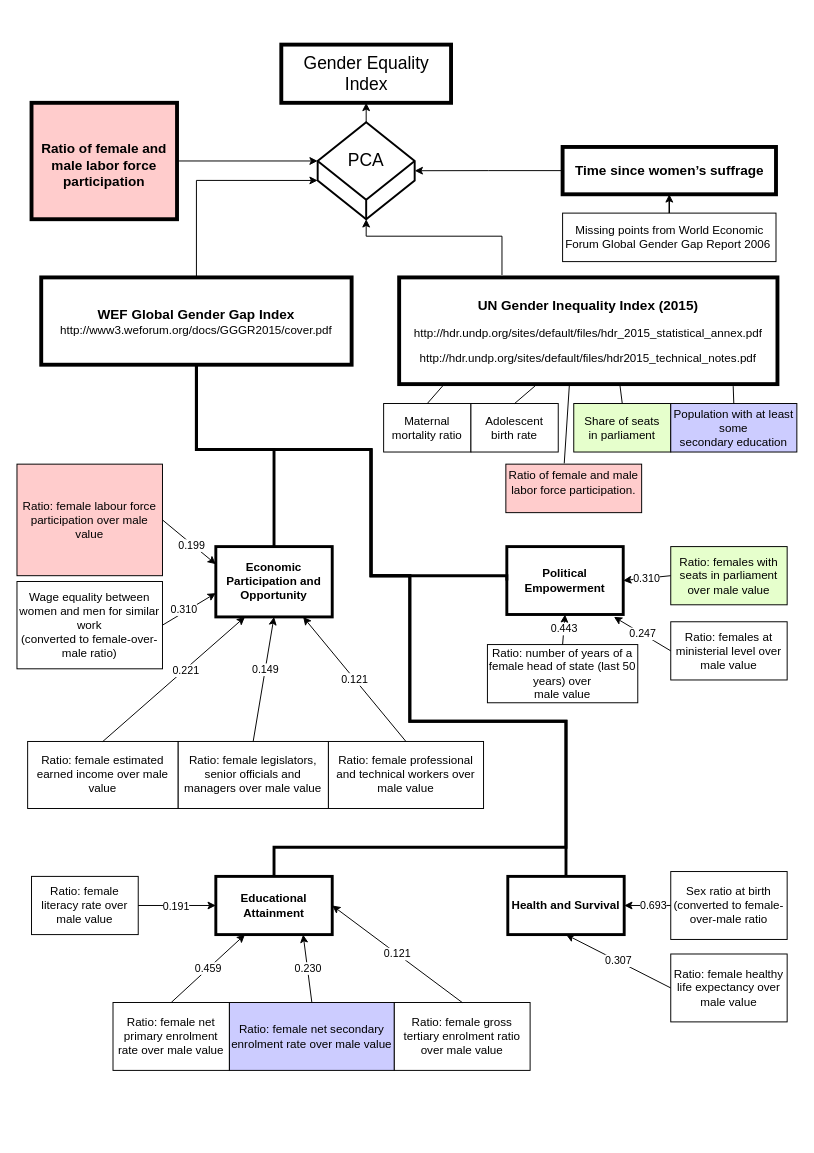
This is Article/figures/GenderEqualityIndex.drawio.xml from scerioli/Global-Preferences-Survey, a draw.io file, before an edit. Source tidied: cells renumbered, new cells numbered last; positions are measured from the earlier drawing's top-left corner, leaving out a move shared by most shapes. Both pictures are drawn from the tidied source at 97%, with x=0, y=0 at pixel (16, 44).
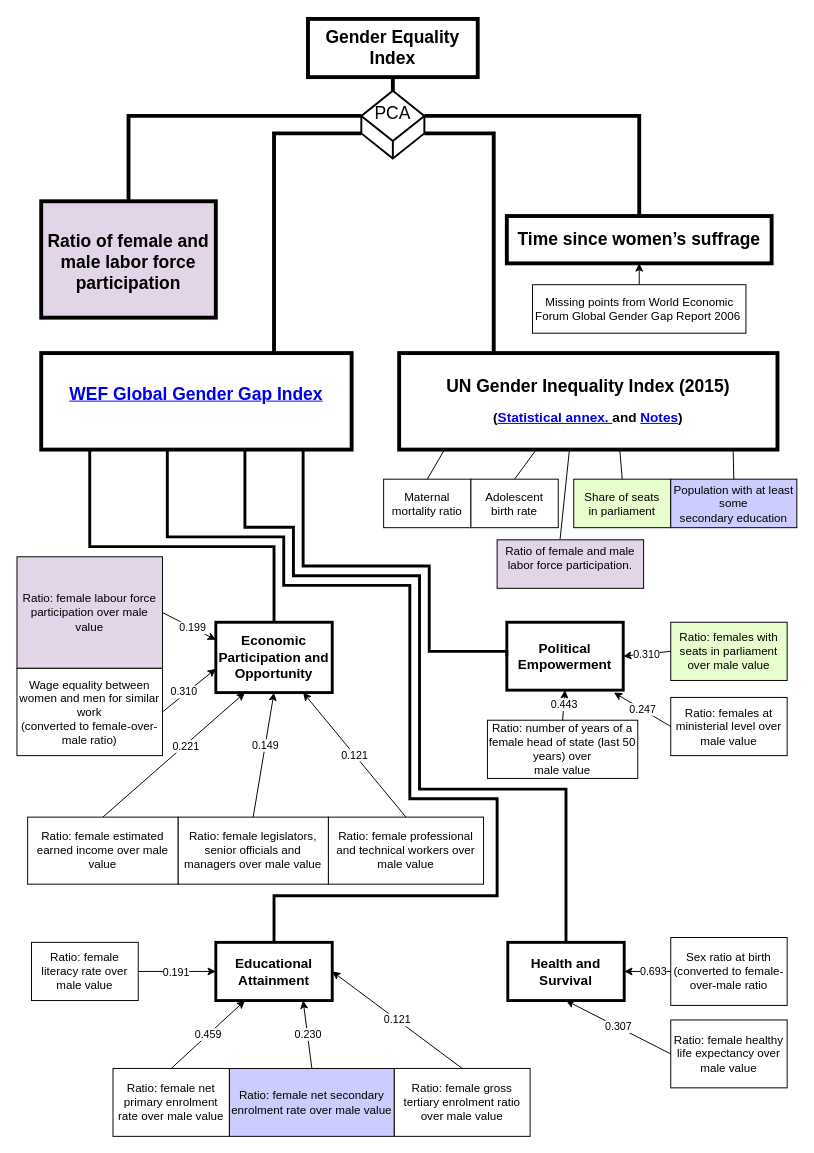
Above is the later version.

Diff of the diagram source:
```diff
@@
-    <mxCell id="2" value="&lt;font style=&quot;font-size: 18px&quot;&gt;Gender Equality Index&lt;/font&gt;" style="rounded=0;whiteSpace=wrap;html=1;strokeWidth=4;" parent="1" vertex="1">
-      <mxGeometry x="272.5" y="0.5" width="175" height="60" as="geometry" />
+    <mxCell id="2" value="&lt;font style=&quot;font-size: 18px&quot;&gt;&lt;b&gt;Gender Equality Index&lt;/b&gt;&lt;/font&gt;" style="rounded=0;whiteSpace=wrap;html=1;strokeWidth=4;" parent="1" vertex="1">
+      <mxGeometry x="300" y="-26" width="175" height="60" as="geometry" />
     </mxCell>
-    <mxCell id="3" value="&lt;p&gt;&lt;font style=&quot;font-size: 14px&quot;&gt;&lt;b&gt;Time since women’s suffrage&lt;/b&gt;&lt;/font&gt;&lt;/p&gt;" style="rounded=0;whiteSpace=wrap;html=1;strokeWidth=4;" parent="1" vertex="1">
-      <mxGeometry x="562.5" y="106" width="220" height="48.8" as="geometry" />
+    <mxCell id="3" value="&lt;p&gt;&lt;font style=&quot;font-size: 18px&quot;&gt;&lt;b&gt;Time since women’s suffrage&lt;/b&gt;&lt;/font&gt;&lt;/p&gt;" style="rounded=0;whiteSpace=wrap;html=1;strokeWidth=4;" parent="1" vertex="1">
+      <mxGeometry x="505" y="177.2" width="273" height="48.8" as="geometry" />
     </mxCell>
-    <mxCell id="4" style="edgeStyle=orthogonalEdgeStyle;rounded=0;jettySize=auto;html=1;exitX=0;exitY=0.5;exitDx=0;exitDy=0;entryX=1;entryY=0.5;entryDx=0;entryDy=0;entryPerimeter=0;" parent="1" edge="1" source="3" target="62">
-      <mxGeometry relative="1" as="geometry" />
-    </mxCell>
-    <mxCell id="5" value="&lt;p&gt;&lt;b&gt;&lt;font style=&quot;font-size: 14px&quot;&gt;UN&amp;nbsp;Gender&amp;nbsp;Inequality Index (2015)&lt;/font&gt;&lt;/b&gt;&lt;/p&gt;&lt;p&gt;http://hdr.undp.org/sites/default/files/hdr_2015_statistical_annex.pdf&lt;/p&gt;&lt;p&gt;http://hdr.undp.org/sites/default/files/hdr2015_technical_notes.pdf&lt;br&gt;&lt;/p&gt;" style="rounded=0;whiteSpace=wrap;html=1;strokeWidth=4;" parent="1" vertex="1">
-      <mxGeometry x="394" y="240.5" width="390" height="110" as="geometry" />
+    <mxCell id="5" value="&lt;p&gt;&lt;b&gt;&lt;font style=&quot;font-size: 18px&quot;&gt;UN&amp;nbsp;Gender&amp;nbsp;Inequality Index (2015)&lt;/font&gt;&lt;/b&gt;&lt;/p&gt;&lt;p&gt;&lt;b&gt;&lt;font style=&quot;font-size: 14px&quot;&gt;(&lt;a href=&quot;http://hdr.undp.org/sites/default/files/hdr_2015_statistical_annex.pdf&quot;&gt;Statistical annex. &lt;/a&gt;and &lt;a href=&quot;http://hdr.undp.org/sites/default/files/hdr2015_technical_notes.pdf&quot;&gt;Notes&lt;/a&gt;)&lt;/font&gt;&lt;/b&gt;&lt;/p&gt;" style="rounded=0;whiteSpace=wrap;html=1;strokeWidth=4;" parent="1" vertex="1">
+      <mxGeometry x="394" y="318.5" width="390" height="99.5" as="geometry" />
     </mxCell>
-    <mxCell id="6" style="edgeStyle=orthogonalEdgeStyle;rounded=0;jettySize=auto;html=1;exitX=0.5;exitY=0;exitDx=0;exitDy=0;entryX=0;entryY=0;entryDx=0;entryDy=60.04333878357262;entryPerimeter=0;" parent="1" edge="1" source="8" target="62">
-      <mxGeometry relative="1" as="geometry" />
-    </mxCell>
-    <mxCell id="7" style="edgeStyle=orthogonalEdgeStyle;rounded=0;jettySize=auto;html=1;exitX=0.5;exitY=1;exitDx=0;exitDy=0;entryX=0.5;entryY=0;entryDx=0;entryDy=0;fontSize=14;startArrow=none;startFill=0;endArrow=none;endFill=0;strokeWidth=3;" parent="1" edge="1" source="8" target="13">
+    <mxCell id="7" style="edgeStyle=orthogonalEdgeStyle;rounded=0;jettySize=auto;html=1;exitX=0.163;exitY=1.01;exitDx=0;exitDy=0;entryX=0.5;entryY=0;entryDx=0;entryDy=0;fontSize=14;startArrow=none;startFill=0;endArrow=none;endFill=0;strokeWidth=3;exitPerimeter=0;" parent="1" edge="1" source="8" target="13">
       <mxGeometry relative="1" as="geometry">
         <Array as="points">
-          <mxPoint x="185" y="418" />
-          <mxPoint x="265" y="418" />
+          <mxPoint x="75" y="418" />
+          <mxPoint x="75" y="518" />
+          <mxPoint x="265" y="518" />
         </Array>
       </mxGeometry>
     </mxCell>
-    <mxCell id="8" value="&lt;span style=&quot;text-align: left&quot;&gt;&lt;font style=&quot;font-size: 14px&quot;&gt;&lt;b&gt;WEF Global&amp;nbsp;Gender&amp;nbsp;Gap Index&lt;/b&gt;&lt;br&gt;&lt;/font&gt;http://www3.weforum.org/docs/GGGR2015/cover.pdf&lt;br&gt;&lt;/span&gt;" style="rounded=0;whiteSpace=wrap;html=1;strokeWidth=4;" parent="1" vertex="1">
-      <mxGeometry x="25" y="240.5" width="320" height="90" as="geometry" />
+    <mxCell id="8" value="&lt;span style=&quot;text-align: left&quot;&gt;&lt;font&gt;&lt;a href=&quot;http://www3.weforum.org/docs/GGGR2015/cover.pdf&quot;&gt;&lt;b&gt;&lt;font style=&quot;font-size: 18px&quot;&gt;WEF Global&amp;nbsp;Gender&amp;nbsp;Gap Index&lt;/font&gt;&lt;/b&gt;&lt;br&gt;&lt;/a&gt;&lt;/font&gt;&lt;br&gt;&lt;/span&gt;" style="rounded=0;whiteSpace=wrap;html=1;strokeWidth=4;" parent="1" vertex="1">
+      <mxGeometry x="25" y="318.5" width="320" height="99.5" as="geometry" />
     </mxCell>
-    <mxCell id="9" style="edgeStyle=orthogonalEdgeStyle;rounded=0;jettySize=auto;html=1;entryX=0.5;entryY=1;entryDx=0;entryDy=0;" parent="1" edge="1" source="10" target="3">
-      <mxGeometry relative="1" as="geometry" />
+    <mxCell id="9" style="edgeStyle=orthogonalEdgeStyle;rounded=0;jettySize=auto;html=1;entryX=0.5;entryY=1;entryDx=0;entryDy=0;exitX=0.5;exitY=0;exitDx=0;exitDy=0;" parent="1" edge="1" source="10" target="3">
+      <mxGeometry relative="1" as="geometry">
+        <Array as="points">
+          <mxPoint x="642" y="248" />
+          <mxPoint x="642" y="248" />
+        </Array>
+      </mxGeometry>
     </mxCell>
     <mxCell id="10" value="Missing points from&amp;nbsp;&lt;span&gt;World Economic Forum Global&amp;nbsp;Gender&amp;nbsp;Gap Report 2006&amp;nbsp;&lt;/span&gt;" style="rounded=0;whiteSpace=wrap;html=1;" parent="1" vertex="1">
-      <mxGeometry x="562.5" y="174.2" width="220" height="50" as="geometry" />
+      <mxGeometry x="531.5" y="248" width="220" height="50" as="geometry" />
     </mxCell>
-    <mxCell id="11" style="edgeStyle=orthogonalEdgeStyle;rounded=0;jettySize=auto;html=1;entryX=0;entryY=0;entryDx=0;entryDy=39.95666121642738;entryPerimeter=0;" parent="1" edge="1" source="12" target="62">
-      <mxGeometry relative="1" as="geometry" />
-    </mxCell>
-    <mxCell id="12" value="&lt;p&gt;&lt;font style=&quot;font-size: 18px&quot;&gt;&lt;b&gt;&lt;br&gt;&lt;/b&gt;&lt;/font&gt;&lt;/p&gt;&lt;p&gt;&lt;font style=&quot;font-size: 14px&quot;&gt;&lt;b&gt;Ratio of female and male labor force participation&lt;/b&gt;&lt;/font&gt;&lt;/p&gt;&lt;p&gt;&lt;br&gt;&lt;/p&gt;" style="rounded=0;whiteSpace=wrap;html=1;fillColor=#FFCCCC;strokeWidth=4;" parent="1" vertex="1">
-      <mxGeometry x="15" y="60.5" width="150" height="120" as="geometry" />
+    <mxCell id="12" value="&lt;p&gt;&lt;font style=&quot;font-size: 18px&quot;&gt;&lt;b&gt;&lt;br&gt;&lt;/b&gt;&lt;/font&gt;&lt;/p&gt;&lt;p&gt;&lt;font style=&quot;font-size: 18px&quot;&gt;&lt;b&gt;Ratio of female and male labor force participation&lt;/b&gt;&lt;/font&gt;&lt;/p&gt;&lt;p&gt;&lt;br&gt;&lt;/p&gt;" style="rounded=0;whiteSpace=wrap;html=1;fillColor=#e1d5e7;strokeWidth=4;strokeColor=#000000;" parent="1" vertex="1">
+      <mxGeometry x="25" y="162" width="180" height="120" as="geometry" />
     </mxCell>
-    <mxCell id="13" value="&lt;p&gt;&lt;b&gt;Economic Participation and Opportunity&lt;/b&gt;&lt;/p&gt;" style="rounded=0;whiteSpace=wrap;html=1;strokeWidth=3;" parent="1" vertex="1">
-      <mxGeometry x="205" y="518" width="120" height="72.5" as="geometry" />
+    <mxCell id="13" value="&lt;p&gt;&lt;b&gt;&lt;font style=&quot;font-size: 14px&quot;&gt;Economic Participation and Opportunity&lt;/font&gt;&lt;/b&gt;&lt;/p&gt;" style="rounded=0;whiteSpace=wrap;html=1;strokeWidth=3;" parent="1" vertex="1">
+      <mxGeometry x="205" y="596" width="120" height="72.5" as="geometry" />
     </mxCell>
-    <mxCell id="14" value="&lt;p&gt;&lt;b&gt;Educational Attainment&lt;/b&gt;&lt;/p&gt;" style="rounded=0;whiteSpace=wrap;html=1;strokeWidth=3;" parent="1" vertex="1">
-      <mxGeometry x="205" y="858" width="120" height="60" as="geometry" />
+    <mxCell id="14" value="&lt;p&gt;&lt;b&gt;&lt;font style=&quot;font-size: 14px&quot;&gt;Educational Attainment&lt;/font&gt;&lt;/b&gt;&lt;/p&gt;" style="rounded=0;whiteSpace=wrap;html=1;strokeWidth=3;" parent="1" vertex="1">
+      <mxGeometry x="205" y="926" width="120" height="60" as="geometry" />
     </mxCell>
-    <mxCell id="15" value="&lt;p&gt;&lt;b&gt;Health and Survival&lt;/b&gt;&lt;/p&gt;" style="rounded=0;whiteSpace=wrap;html=1;strokeWidth=3;" parent="1" vertex="1">
-      <mxGeometry x="506" y="858" width="120" height="60" as="geometry" />
+    <mxCell id="15" value="&lt;p&gt;&lt;b&gt;&lt;font style=&quot;font-size: 14px&quot;&gt;Health and Survival&lt;/font&gt;&lt;/b&gt;&lt;/p&gt;" style="rounded=0;whiteSpace=wrap;html=1;strokeWidth=3;" parent="1" vertex="1">
+      <mxGeometry x="506" y="926" width="120" height="60" as="geometry" />
     </mxCell>
-    <mxCell id="16" value="&lt;p&gt;&lt;b&gt;Political Empowerment&lt;/b&gt;&lt;/p&gt;" style="rounded=0;whiteSpace=wrap;html=1;strokeWidth=3;" parent="1" vertex="1">
-      <mxGeometry x="505" y="518" width="120" height="70" as="geometry" />
+    <mxCell id="16" value="&lt;p&gt;&lt;b&gt;&lt;font style=&quot;font-size: 14px&quot;&gt;Political Empowerment&lt;/font&gt;&lt;/b&gt;&lt;/p&gt;" style="rounded=0;whiteSpace=wrap;html=1;strokeWidth=3;" parent="1" vertex="1">
+      <mxGeometry x="505" y="596" width="120" height="70" as="geometry" />
     </mxCell>
-    <mxCell id="17" value="Ratio: female labour force participation over male value" style="rounded=0;whiteSpace=wrap;html=1;strokeWidth=1;fillColor=#FFCCCC;" parent="1" vertex="1">
-      <mxGeometry y="433" width="150" height="115" as="geometry" />
+    <mxCell id="17" value="Ratio: female labour force participation over male value" style="rounded=0;whiteSpace=wrap;html=1;strokeWidth=1;fillColor=#e1d5e7;strokeColor=#000000;" parent="1" vertex="1">
+      <mxGeometry y="528.5" width="150" height="115" as="geometry" />
     </mxCell>
@@
     <mxCell id="21" value="Ratio: female professional and technical workers over male value" style="rounded=0;whiteSpace=wrap;html=1;strokeWidth=1;" parent="1" vertex="1">
-      <mxGeometry x="321" y="718.9" width="160" height="69.1" as="geometry" />
+      <mxGeometry x="321" y="796.9" width="160" height="69.1" as="geometry" />
     </mxCell>
     <mxCell id="22" value="Ratio: female legislators, senior officials and managers over male value" style="rounded=0;whiteSpace=wrap;html=1;strokeWidth=1;" parent="1" vertex="1">
-      <mxGeometry x="166" y="718.9" width="155" height="69.1" as="geometry" />
+      <mxGeometry x="166" y="796.9" width="155" height="69.1" as="geometry" />
     </mxCell>
     <mxCell id="23" value="Ratio: female estimated earned income over male value" style="rounded=0;whiteSpace=wrap;html=1;strokeWidth=1;" parent="1" vertex="1">
-      <mxGeometry x="11" y="718.9" width="155" height="69.1" as="geometry" />
+      <mxGeometry x="11" y="796.9" width="155" height="69.1" as="geometry" />
     </mxCell>
     <mxCell id="24" value="Wage equality between women and men for similar work&lt;br/&gt;(converted to female-over-male ratio)" style="rounded=0;whiteSpace=wrap;html=1;strokeWidth=1;" parent="1" vertex="1">
-      <mxGeometry y="554" width="150" height="90" as="geometry" />
+      <mxGeometry y="643.5" width="150" height="90" as="geometry" />
     </mxCell>
@@
     <mxCell id="32" value="Ratio: females with seats in parliament over male value" style="rounded=0;whiteSpace=wrap;html=1;strokeWidth=1;fillColor=#E6FFCC;" parent="1" vertex="1">
-      <mxGeometry x="674" y="518" width="120" height="60" as="geometry" />
+      <mxGeometry x="674" y="596" width="120" height="60" as="geometry" />
     </mxCell>
     <mxCell id="33" value="Ratio: females at ministerial level over male value" style="rounded=0;whiteSpace=wrap;html=1;strokeWidth=1;" parent="1" vertex="1">
-      <mxGeometry x="674" y="595.5" width="120" height="60" as="geometry" />
+      <mxGeometry x="674" y="673.5" width="120" height="60" as="geometry" />
     </mxCell>
     <mxCell id="34" value="Ratio: number of years of a female head of state (last 50 years) over&lt;br/&gt;male value" style="rounded=0;whiteSpace=wrap;html=1;strokeWidth=1;" parent="1" vertex="1">
-      <mxGeometry x="485" y="619" width="155" height="60" as="geometry" />
+      <mxGeometry x="485" y="697" width="155" height="60" as="geometry" />
     </mxCell>
@@
     <mxCell id="38" value="Sex ratio at birth (converted to female-over-male ratio" style="rounded=0;whiteSpace=wrap;html=1;strokeWidth=1;" parent="1" vertex="1">
-      <mxGeometry x="674" y="853" width="120" height="70" as="geometry" />
+      <mxGeometry x="674" y="921" width="120" height="70" as="geometry" />
     </mxCell>
     <mxCell id="39" value="Ratio: female healthy life expectancy over male value" style="rounded=0;whiteSpace=wrap;html=1;strokeWidth=1;" parent="1" vertex="1">
-      <mxGeometry x="674" y="938" width="120" height="70" as="geometry" />
+      <mxGeometry x="674" y="1006" width="120" height="70" as="geometry" />
     </mxCell>
@@
     <mxCell id="43" value="Ratio: female literacy rate over male value" style="rounded=0;whiteSpace=wrap;html=1;strokeWidth=1;" parent="1" vertex="1">
-      <mxGeometry x="15" y="858" width="110" height="60" as="geometry" />
+      <mxGeometry x="15" y="926" width="110" height="60" as="geometry" />
     </mxCell>
     <mxCell id="44" value="Ratio: female net primary enrolment rate over male value" style="rounded=0;whiteSpace=wrap;html=1;strokeWidth=1;" parent="1" vertex="1">
-      <mxGeometry x="99" y="988" width="120" height="70" as="geometry" />
+      <mxGeometry x="99" y="1056" width="120" height="70" as="geometry" />
     </mxCell>
     <mxCell id="45" value="Ratio: female net secondary enrolment rate over male value" style="rounded=0;whiteSpace=wrap;html=1;strokeWidth=1;fillColor=#CCCCFF;" parent="1" vertex="1">
-      <mxGeometry x="219" y="988" width="170" height="70" as="geometry" />
+      <mxGeometry x="219" y="1056" width="170" height="70" as="geometry" />
     </mxCell>
     <mxCell id="46" value="Ratio: female gross tertiary enrolment ratio over male value" style="rounded=0;whiteSpace=wrap;html=1;strokeWidth=1;" parent="1" vertex="1">
-      <mxGeometry x="389" y="988" width="140" height="70" as="geometry" />
+      <mxGeometry x="389" y="1056" width="140" height="70" as="geometry" />
     </mxCell>
@@
     <mxCell id="52" value="Maternal&lt;br/&gt;mortality ratio" style="rounded=0;whiteSpace=wrap;html=1;strokeWidth=1;" parent="1" vertex="1">
-      <mxGeometry x="378" y="370.5" width="90" height="50" as="geometry" />
+      <mxGeometry x="378" y="448.5" width="90" height="50" as="geometry" />
     </mxCell>
     <mxCell id="53" value="Adolescent&lt;br/&gt;birth rate" style="rounded=0;whiteSpace=wrap;html=1;strokeWidth=1;" parent="1" vertex="1">
-      <mxGeometry x="468" y="370.5" width="90" height="50" as="geometry" />
+      <mxGeometry x="468" y="448.5" width="90" height="50" as="geometry" />
     </mxCell>
     <mxCell id="54" value="Share of seats&lt;br/&gt;in parliament" style="rounded=0;whiteSpace=wrap;html=1;strokeWidth=1;fillColor=#E6FFCC;" parent="1" vertex="1">
-      <mxGeometry x="574" y="370.5" width="100" height="50" as="geometry" />
+      <mxGeometry x="574" y="448.5" width="100" height="50" as="geometry" />
     </mxCell>
-    <mxCell id="55" value="Population with at least some&lt;br/&gt;secondary education" style="rounded=0;whiteSpace=wrap;html=1;strokeWidth=1;fillColor=#CCCCFF;" parent="1" vertex="1">
-      <mxGeometry x="674" y="370.5" width="130" height="50" as="geometry" />
+    <mxCell id="55" value="Population with at least some&lt;br/&gt;secondary education" style="rounded=0;whiteSpace=wrap;html=1;strokeWidth=1;fillColor=#CCCCFF;strokeColor=#000000;" parent="1" vertex="1">
+      <mxGeometry x="674" y="448.5" width="130" height="50" as="geometry" />
     </mxCell>
-    <mxCell id="56" value="&lt;br&gt;&lt;p&gt;&lt;span&gt;Ratio of female and male labor force participation.&lt;/span&gt;&lt;br&gt;&lt;/p&gt;&lt;p&gt;&lt;br&gt;&lt;/p&gt;" style="rounded=0;whiteSpace=wrap;html=1;strokeWidth=1;fillColor=#FFCCCC;" parent="1" vertex="1">
-      <mxGeometry x="504" y="433" width="140" height="50" as="geometry" />
+    <mxCell id="56" value="&lt;br&gt;&lt;p&gt;&lt;span&gt;Ratio of female and male labor force participation.&lt;/span&gt;&lt;br&gt;&lt;/p&gt;&lt;p&gt;&lt;br&gt;&lt;/p&gt;" style="rounded=0;whiteSpace=wrap;html=1;strokeWidth=1;fillColor=#e1d5e7;strokeColor=#000000;" parent="1" vertex="1">
+      <mxGeometry x="495" y="511" width="151" height="50" as="geometry" />
     </mxCell>
@@
+    <mxCell id="68" style="edgeStyle=orthogonalEdgeStyle;rounded=0;jettySize=auto;html=1;exitX=0;exitY=0;exitDx=0;exitDy=25.9718297906778;exitPerimeter=0;fontSize=18;endArrow=none;endFill=0;strokeWidth=4;" parent="1" edge="1" source="62" target="12">
+      <mxGeometry relative="1" as="geometry" />
+    </mxCell>
+    <mxCell id="69" style="edgeStyle=orthogonalEdgeStyle;rounded=0;jettySize=auto;html=1;exitX=0;exitY=0;exitDx=65;exitDy=25.9718297906778;exitPerimeter=0;entryX=0.5;entryY=0;entryDx=0;entryDy=0;fontSize=18;endArrow=none;endFill=0;strokeWidth=4;" parent="1" edge="1" source="62" target="3">
+      <mxGeometry relative="1" as="geometry" />
+    </mxCell>
+    <mxCell id="70" style="edgeStyle=orthogonalEdgeStyle;rounded=0;jettySize=auto;html=1;exitX=0;exitY=0;exitDx=0;exitDy=44.0281702093222;exitPerimeter=0;entryX=0.75;entryY=0;entryDx=0;entryDy=0;fontSize=18;strokeWidth=4;endArrow=none;endFill=0;" parent="1" edge="1" source="62" target="8">
+      <mxGeometry relative="1" as="geometry" />
+    </mxCell>
+    <mxCell id="71" style="edgeStyle=orthogonalEdgeStyle;rounded=0;jettySize=auto;html=1;exitX=0;exitY=0;exitDx=65;exitDy=44.0281702093222;exitPerimeter=0;entryX=0.25;entryY=0;entryDx=0;entryDy=0;fontSize=18;strokeWidth=4;endArrow=none;endFill=0;" parent="1" edge="1" source="62" target="5">
+      <mxGeometry relative="1" as="geometry" />
+    </mxCell>
-    <mxCell id="61" style="edgeStyle=orthogonalEdgeStyle;rounded=0;jettySize=auto;html=1;exitX=0.5;exitY=0;exitDx=0;exitDy=0;exitPerimeter=0;entryX=0.5;entryY=1;entryDx=0;entryDy=0;" parent="1" edge="1" source="62" target="2">
+    <mxCell id="61" style="edgeStyle=orthogonalEdgeStyle;rounded=0;jettySize=auto;html=1;exitX=0.5;exitY=0;exitDx=0;exitDy=0;exitPerimeter=0;entryX=0.5;entryY=1;entryDx=0;entryDy=0;fontSize=14;endArrow=none;endFill=0;strokeWidth=4;" parent="1" edge="1" source="62" target="2">
       <mxGeometry relative="1" as="geometry" />
     </mxCell>
     <mxCell id="62" value="&lt;font style=&quot;font-size: 18px&quot;&gt;PCA&lt;br&gt;&lt;br&gt;&lt;/font&gt;" style="whiteSpace=wrap;html=1;shape=mxgraph.basic.isocube;isoAngle=24.2;strokeWidth=2;" parent="1" vertex="1">
-      <mxGeometry x="310" y="80.5" width="100" height="100" as="geometry" />
+      <mxGeometry x="355" y="48" width="65" height="70" as="geometry" />
     </mxCell>
-    <mxCell id="63" style="edgeStyle=orthogonalEdgeStyle;rounded=0;jettySize=auto;html=1;exitX=0.5;exitY=1;exitDx=0;exitDy=0;entryX=0;entryY=0.5;entryDx=0;entryDy=0;fontSize=14;startArrow=none;startFill=0;endArrow=none;endFill=0;strokeWidth=3;" parent="1" edge="1" source="8" target="16">
+    <mxCell id="63" style="edgeStyle=orthogonalEdgeStyle;rounded=0;jettySize=auto;html=1;entryX=0;entryY=0.5;entryDx=0;entryDy=0;fontSize=14;startArrow=none;startFill=0;endArrow=none;endFill=0;strokeWidth=3;" parent="1" edge="1" source="8" target="16">
       <mxGeometry relative="1" as="geometry">
         <Array as="points">
-          <mxPoint x="185" y="418" />
-          <mxPoint x="365" y="418" />
-          <mxPoint x="365" y="548" />
-          <mxPoint x="505" y="548" />
+          <mxPoint x="295" y="538" />
+          <mxPoint x="425" y="538" />
+          <mxPoint x="425" y="626" />
+          <mxPoint x="505" y="626" />
         </Array>
       </mxGeometry>
     </mxCell>
-    <mxCell id="64" style="edgeStyle=orthogonalEdgeStyle;rounded=0;jettySize=auto;html=1;exitX=0.5;exitY=1;exitDx=0;exitDy=0;entryX=0.5;entryY=0;entryDx=0;entryDy=0;fontSize=14;startArrow=none;startFill=0;endArrow=none;endFill=0;strokeWidth=3;" parent="1" edge="1" source="8" target="15">
+    <mxCell id="64" style="edgeStyle=orthogonalEdgeStyle;rounded=0;jettySize=auto;html=1;entryX=0.5;entryY=0;entryDx=0;entryDy=0;fontSize=14;startArrow=none;startFill=0;endArrow=none;endFill=0;strokeWidth=3;" parent="1" edge="1" target="15">
       <mxGeometry relative="1" as="geometry">
+        <mxPoint x="235" y="418" as="sourcePoint" />
         <Array as="points">
-          <mxPoint x="185" y="418" />
-          <mxPoint x="365" y="418" />
-          <mxPoint x="365" y="548" />
-          <mxPoint x="405" y="548" />
-          <mxPoint x="405" y="698" />
-          <mxPoint x="566" y="698" />
+          <mxPoint x="235" y="421" />
+          <mxPoint x="235" y="498" />
+          <mxPoint x="285" y="498" />
+          <mxPoint x="285" y="548" />
+          <mxPoint x="415" y="548" />
+          <mxPoint x="415" y="768" />
+          <mxPoint x="566" y="768" />
         </Array>
       </mxGeometry>
     </mxCell>
-    <mxCell id="65" style="edgeStyle=orthogonalEdgeStyle;rounded=0;jettySize=auto;html=1;exitX=0.5;exitY=1;exitDx=0;exitDy=0;fontSize=14;startArrow=none;startFill=0;endArrow=none;endFill=0;strokeWidth=3;entryX=0.5;entryY=0;entryDx=0;entryDy=0;" parent="1" edge="1" target="14">
+    <mxCell id="65" style="edgeStyle=orthogonalEdgeStyle;rounded=0;jettySize=auto;html=1;fontSize=14;startArrow=none;startFill=0;endArrow=none;endFill=0;strokeWidth=3;entryX=0.5;entryY=0;entryDx=0;entryDy=0;" parent="1" edge="1" target="14">
       <mxGeometry relative="1" as="geometry">
-        <mxPoint x="185" y="330.5" as="sourcePoint" />
+        <mxPoint x="155" y="418" as="sourcePoint" />
         <Array as="points">
-          <mxPoint x="185" y="418" />
-          <mxPoint x="365" y="418" />
-          <mxPoint x="365" y="548" />
-          <mxPoint x="405" y="548" />
-          <mxPoint x="405" y="698" />
-          <mxPoint x="566" y="698" />
-          <mxPoint x="566" y="828" />
-          <mxPoint x="265" y="828" />
+          <mxPoint x="155" y="508" />
+          <mxPoint x="275" y="508" />
+          <mxPoint x="275" y="558" />
+          <mxPoint x="405" y="558" />
+          <mxPoint x="405" y="778" />
+          <mxPoint x="495" y="778" />
+          <mxPoint x="495" y="878" />
+          <mxPoint x="265" y="878" />
         </Array>
       </mxGeometry>
     </mxCell>
@@
-    <mxCell id="67" style="edgeStyle=orthogonalEdgeStyle;rounded=0;jettySize=auto;html=1;entryX=0.5;entryY=1;entryDx=0;entryDy=0;entryPerimeter=0;" parent="1" edge="1" target="62">
-      <mxGeometry relative="1" as="geometry">
-        <mxPoint x="500" y="238" as="sourcePoint" />
-        <Array as="points">
-          <mxPoint x="500" y="198" />
-          <mxPoint x="360" y="198" />
-        </Array>
-      </mxGeometry>
-    </mxCell>
```
